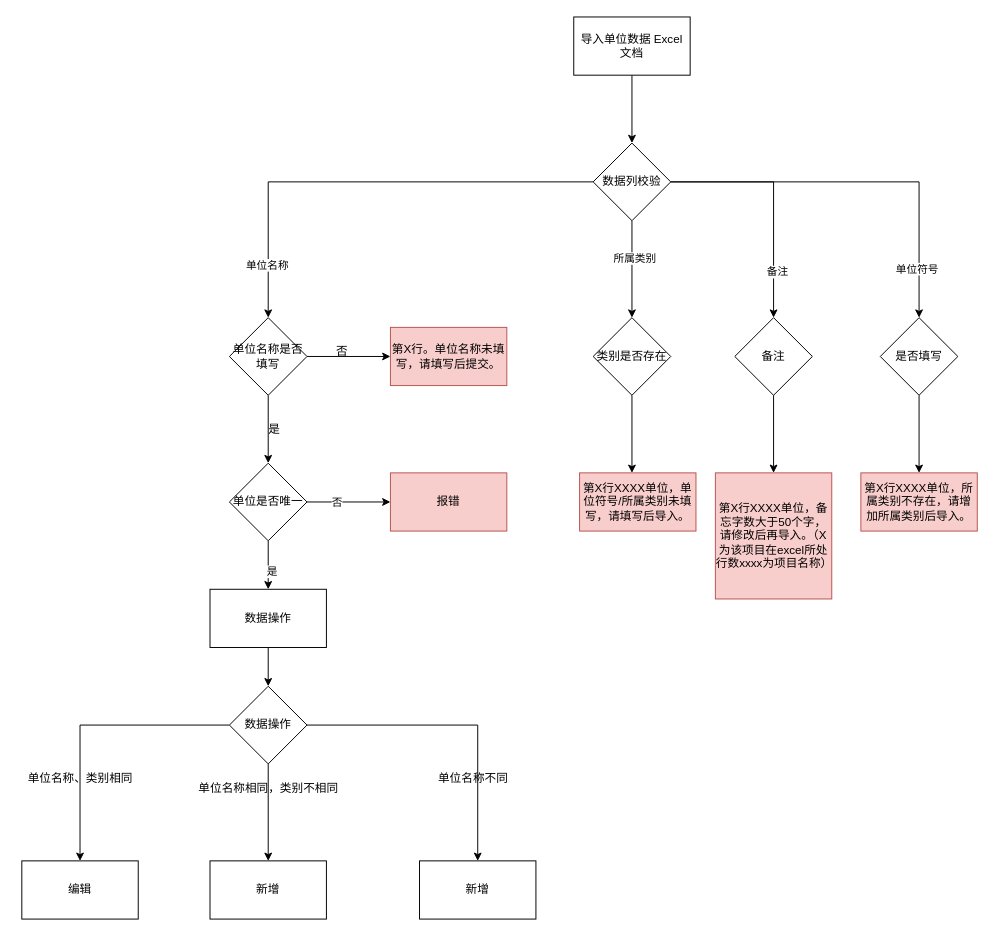
Leo-Lee-j/sketch keeps this draw.io diagram as 质量管理导入导出.drawio. Above is the earlier version. Source tidied: cells renumbered, new cells numbered last; positions are measured from the earlier drawing's top-left corner, leaving out a move shared by most shapes. Both pictures are drawn from the tidied source at 97%, with x=0, y=0 at pixel (16, 16).
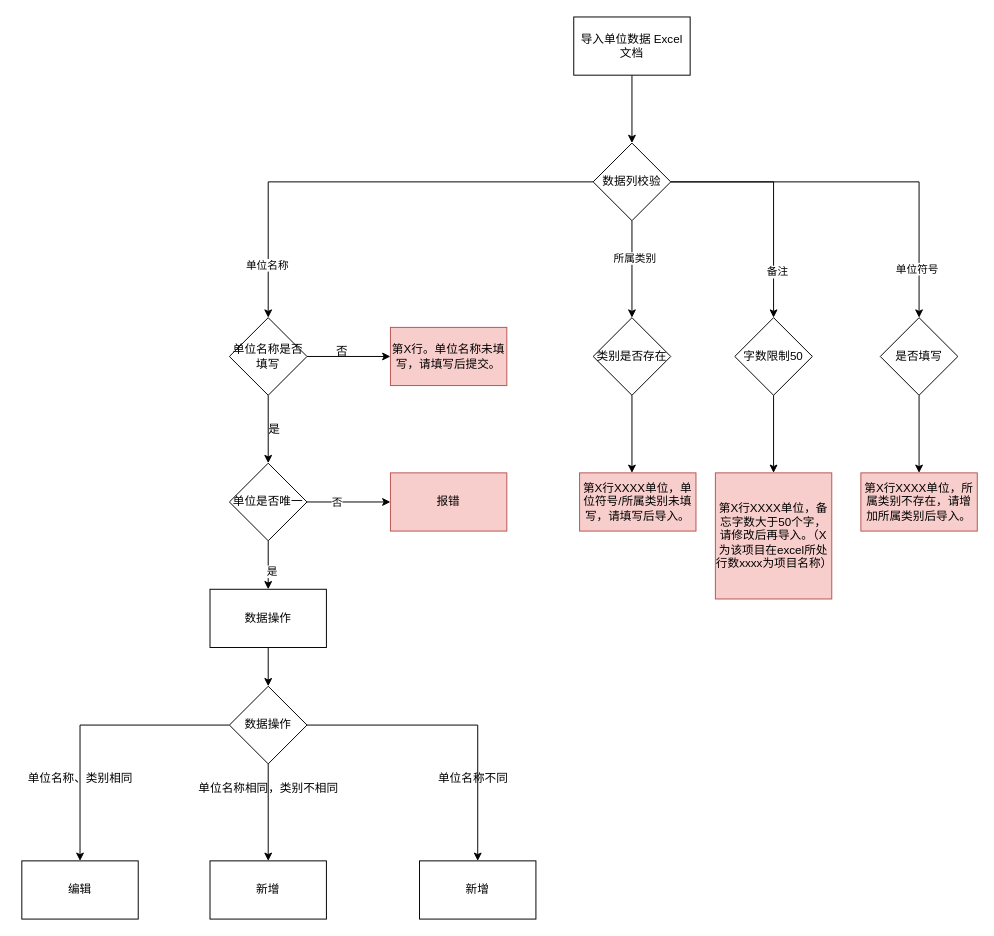
After the change.

Commit message (it also covers changes not shown here):
更新质量管理导入导出.drawio

Diff of the diagram source:
```diff
@@
-    <mxCell id="42" value="备注" style="rhombus;whiteSpace=wrap;html=1;" parent="1" vertex="1">
+    <mxCell id="42" value="字数限制50" style="rhombus;whiteSpace=wrap;html=1;" parent="1" vertex="1">
       <mxGeometry x="740" y="310" width="80" height="80" as="geometry" />
     </mxCell>
```
